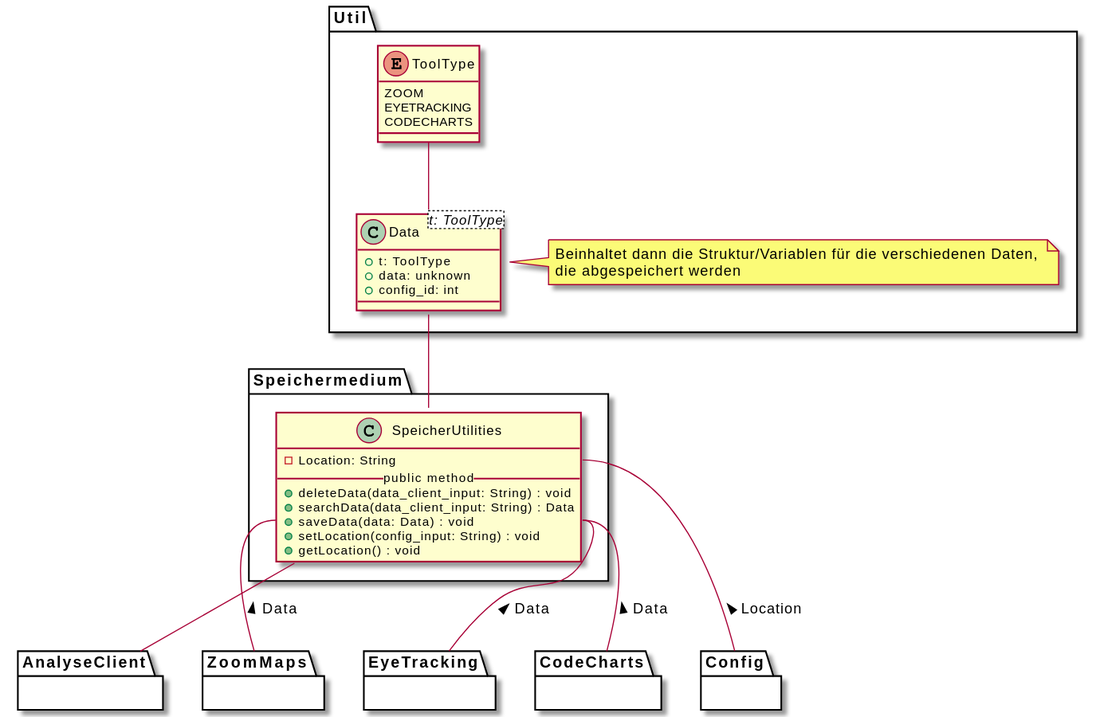
Earlier version of the PlantUML export meilenstein_03/uml-speichermedium/speichermedium.svg (weichware10/meilensteine).
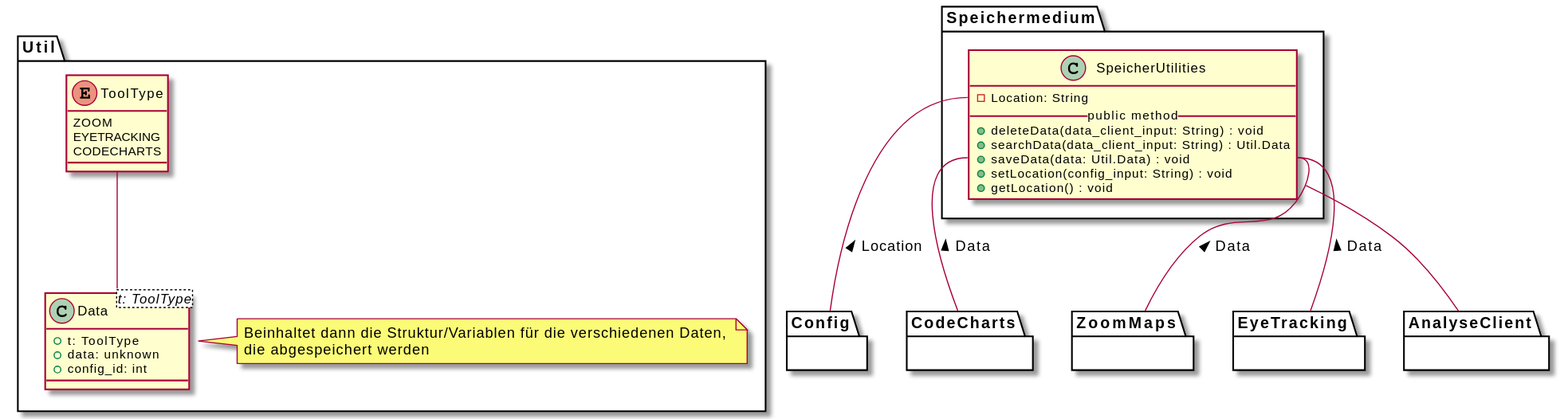
The same file after the commit.

Commit message:
Render PlantUML SVGs

Change to the diagram source:
```diff
@@ -4,8 +4,8 @@
          - Location: String
          __public method__
          + deleteData(data_client_input: String) : void
-         + searchData(data_client_input: String) : Data
-         + saveData(data: Data) : void
+         + searchData(data_client_input: String) : Util.Data
+         + saveData(data: Util.Data) : void
          + setLocation(config_input: String) : void
          + getLocation() : void
      }
@@ -34,8 +34,6 @@
 
 
 
-
-Data -- SpeicherUtilities
 ToolType -- Data::type
 
       enum ToolType {
```
